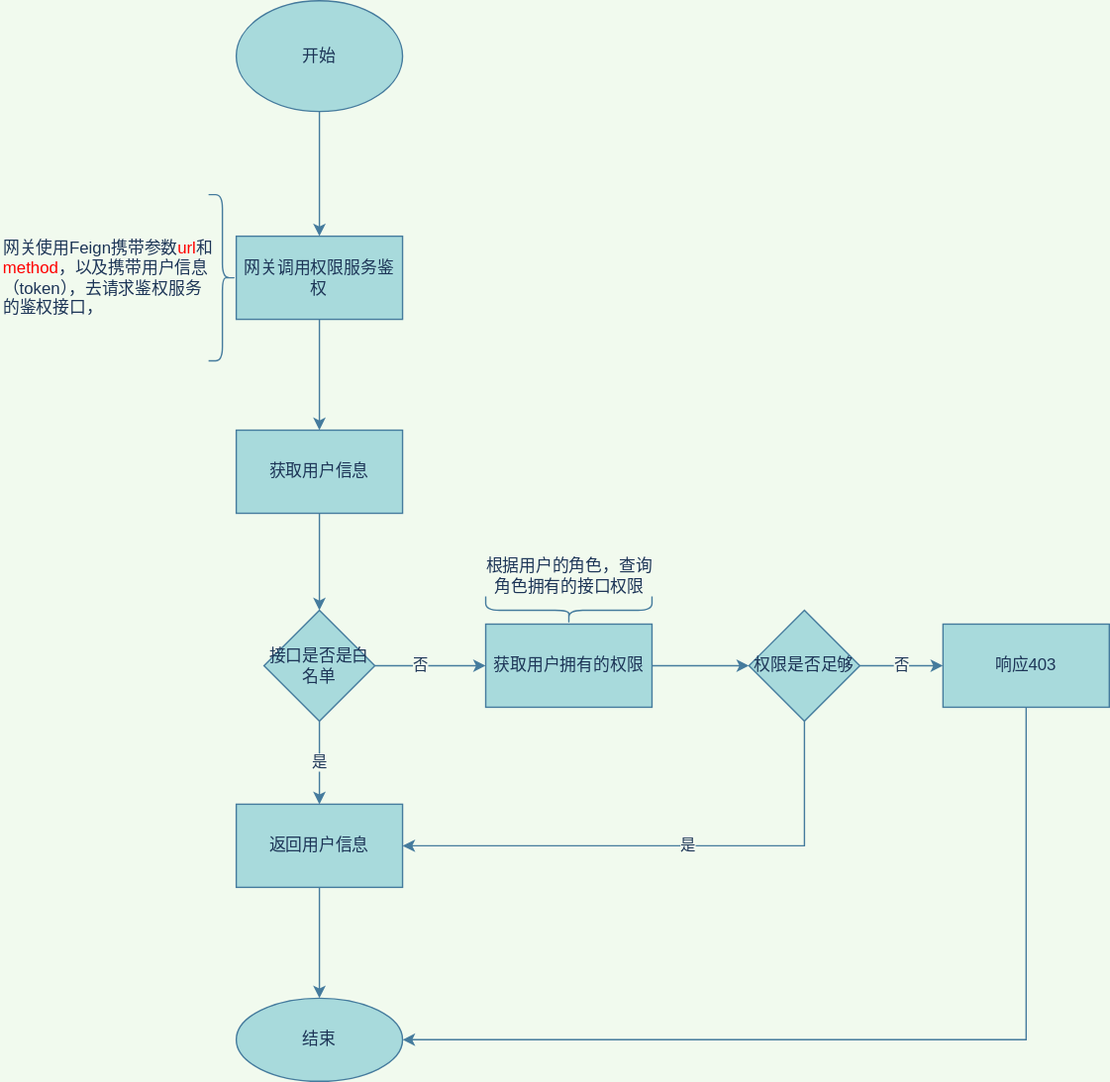
GitHubFeiLong/goudong-java keeps this draw.io diagram as goudong-oauth2-server/README.assets/鉴权流程图.svg. Above is the earlier version. Source tidied: cells renumbered, new cells last; positions are measured from the earlier drawing's top-left corner, leaving out a move shared by most shapes. Source of this version:
```xml
<mxGraphModel background="#F1FAEE">
  <root>
    <mxCell id="0" />
    <mxCell id="1" parent="0" />
    <mxCell id="2" style="edgeStyle=orthogonalEdgeStyle;rounded=0;jettySize=auto;html=1;strokeColor=#457B9D;fontColor=#1D3557;labelBackgroundColor=#F1FAEE;" parent="1" edge="1" source="3" target="5">
      <mxGeometry relative="1" as="geometry" />
    </mxCell>
    <mxCell id="3" value="开始" style="ellipse;whiteSpace=wrap;html=1;fillColor=#A8DADC;strokeColor=#457B9D;fontColor=#1D3557;" parent="1" vertex="1">
      <mxGeometry x="170" width="120" height="80" as="geometry" />
    </mxCell>
    <mxCell id="4" style="edgeStyle=orthogonalEdgeStyle;rounded=0;jettySize=auto;html=1;fontColor=#1D3557;strokeColor=#457B9D;labelBackgroundColor=#F1FAEE;" parent="1" edge="1" source="5" target="9">
      <mxGeometry relative="1" as="geometry" />
    </mxCell>
    <mxCell id="5" value="网关调用权限服务鉴权" style="whiteSpace=wrap;html=1;fillColor=#A8DADC;strokeColor=#457B9D;fontColor=#1D3557;" parent="1" vertex="1">
      <mxGeometry x="170" y="170" width="120" height="60" as="geometry" />
    </mxCell>
    <mxCell id="6" style="shape=curlyBracket;whiteSpace=wrap;html=1;rounded=1;flipH=1;fillColor=#A8DADC;strokeColor=#457B9D;fontColor=#1D3557;" parent="1" vertex="1">
      <mxGeometry x="150" y="140" width="20" height="120" as="geometry" />
    </mxCell>
    <mxCell id="7" value="网关使用Feign携带参数&lt;font color=&quot;#ff0000&quot;&gt;url&lt;/font&gt;和&lt;br&gt;&lt;font color=&quot;#ff0000&quot;&gt;method&lt;/font&gt;，以及携带用户信息&lt;br&gt;（token），去请求鉴权服务&lt;br&gt;的鉴权接口，" style="text;html=1;align=left;verticalAlign=middle;strokeColor=none;fillColor=none;fontColor=#1D3557;" parent="1" vertex="1">
      <mxGeometry y="170" width="170" height="60" as="geometry" />
    </mxCell>
    <mxCell id="8" style="edgeStyle=orthogonalEdgeStyle;rounded=0;jettySize=auto;html=1;fontColor=#1D3557;strokeColor=#457B9D;labelBackgroundColor=#F1FAEE;" parent="1" edge="1" source="9" target="13">
      <mxGeometry relative="1" as="geometry" />
    </mxCell>
    <mxCell id="9" value="获取用户信息" style="whiteSpace=wrap;html=1;fillColor=#A8DADC;strokeColor=#457B9D;fontColor=#1D3557;" parent="1" vertex="1">
      <mxGeometry x="170" y="310" width="120" height="60" as="geometry" />
    </mxCell>
    <mxCell id="10" value="是" style="edgeStyle=orthogonalEdgeStyle;rounded=0;jettySize=auto;html=1;fontColor=#1D3557;strokeColor=#457B9D;labelBackgroundColor=#F1FAEE;" parent="1" edge="1" source="13" target="15">
      <mxGeometry relative="1" as="geometry" />
    </mxCell>
    <mxCell id="11" style="edgeStyle=orthogonalEdgeStyle;rounded=0;jettySize=auto;html=1;fontColor=#1D3557;entryX=0;entryY=0.5;entryDx=0;entryDy=0;strokeColor=#457B9D;labelBackgroundColor=#F1FAEE;" parent="1" edge="1" source="13" target="18">
      <mxGeometry relative="1" as="geometry" />
    </mxCell>
    <mxCell id="12" value="否" style="edgeLabel;html=1;align=center;verticalAlign=middle;fontColor=#1D3557;labelBackgroundColor=#F1FAEE;" parent="11" vertex="1">
      <mxGeometry x="-0.2" y="1" relative="1" as="geometry" />
    </mxCell>
    <mxCell id="13" value="接口是否是白名单" style="rhombus;whiteSpace=wrap;html=1;fillColor=#A8DADC;strokeColor=#457B9D;fontColor=#1D3557;" parent="1" vertex="1">
      <mxGeometry x="190" y="440" width="80" height="80" as="geometry" />
    </mxCell>
    <mxCell id="14" style="edgeStyle=orthogonalEdgeStyle;rounded=0;jettySize=auto;html=1;fontColor=#1D3557;strokeColor=#457B9D;labelBackgroundColor=#F1FAEE;" parent="1" edge="1" source="15" target="16">
      <mxGeometry relative="1" as="geometry" />
    </mxCell>
    <mxCell id="15" value="返回用户信息" style="rounded=0;whiteSpace=wrap;html=1;fontColor=#1D3557;fillColor=#A8DADC;strokeColor=#457B9D;" parent="1" vertex="1">
      <mxGeometry x="170" y="580" width="120" height="60" as="geometry" />
    </mxCell>
    <mxCell id="16" value="结束" style="ellipse;whiteSpace=wrap;html=1;fontColor=#1D3557;rounded=0;fillColor=#A8DADC;strokeColor=#457B9D;" parent="1" vertex="1">
      <mxGeometry x="170" y="720" width="120" height="60" as="geometry" />
    </mxCell>
    <mxCell id="17" style="edgeStyle=orthogonalEdgeStyle;rounded=0;jettySize=auto;html=1;fontColor=#1D3557;strokeColor=#457B9D;labelBackgroundColor=#F1FAEE;" parent="1" edge="1" source="18" target="24">
      <mxGeometry relative="1" as="geometry" />
    </mxCell>
    <mxCell id="18" value="获取用户拥有的权限" style="rounded=0;whiteSpace=wrap;html=1;fontColor=#1D3557;fillColor=#A8DADC;strokeColor=#457B9D;" parent="1" vertex="1">
      <mxGeometry x="350" y="450" width="120" height="60" as="geometry" />
    </mxCell>
    <mxCell id="19" style="shape=curlyBracket;whiteSpace=wrap;html=1;rounded=1;flipH=1;fontColor=#1D3557;rotation=90;fillColor=#A8DADC;strokeColor=#457B9D;" parent="1" vertex="1">
      <mxGeometry x="400" y="380" width="20" height="120" as="geometry" />
    </mxCell>
    <mxCell id="20" value="根据用户的角色，查询&lt;br&gt;角色拥有的接口权限" style="text;html=1;align=center;verticalAlign=middle;strokeColor=none;fillColor=none;fontColor=#1D3557;" parent="1" vertex="1">
      <mxGeometry x="340" y="400" width="140" height="30" as="geometry" />
    </mxCell>
    <mxCell id="21" style="edgeStyle=orthogonalEdgeStyle;rounded=0;jettySize=auto;html=1;entryX=1;entryY=0.5;entryDx=0;entryDy=0;fontColor=#1D3557;strokeColor=#457B9D;labelBackgroundColor=#F1FAEE;" parent="1" edge="1" source="24" target="15">
      <mxGeometry relative="1" as="geometry">
        <Array as="points">
          <mxPoint x="580" y="610" />
        </Array>
      </mxGeometry>
    </mxCell>
    <mxCell id="22" value="是" style="edgeLabel;html=1;align=center;verticalAlign=middle;fontColor=#1D3557;labelBackgroundColor=#F1FAEE;" parent="21" vertex="1">
      <mxGeometry x="-0.08" y="-1" relative="1" as="geometry" />
    </mxCell>
    <mxCell id="23" value="否" style="edgeStyle=orthogonalEdgeStyle;rounded=0;jettySize=auto;html=1;fontColor=#1D3557;strokeColor=#457B9D;labelBackgroundColor=#F1FAEE;" parent="1" edge="1" source="24" target="26">
      <mxGeometry relative="1" as="geometry" />
    </mxCell>
    <mxCell id="24" value="权限是否足够" style="rhombus;whiteSpace=wrap;html=1;fontColor=#1D3557;fillColor=#A8DADC;strokeColor=#457B9D;" parent="1" vertex="1">
      <mxGeometry x="540" y="440" width="80" height="80" as="geometry" />
    </mxCell>
    <mxCell id="25" style="edgeStyle=orthogonalEdgeStyle;rounded=0;jettySize=auto;html=1;fontColor=#1D3557;entryX=1;entryY=0.5;entryDx=0;entryDy=0;strokeColor=#457B9D;labelBackgroundColor=#F1FAEE;" parent="1" edge="1" source="26" target="16">
      <mxGeometry relative="1" as="geometry">
        <Array as="points">
          <mxPoint x="740" y="750" />
        </Array>
      </mxGeometry>
    </mxCell>
    <mxCell id="26" value="响应403" style="whiteSpace=wrap;html=1;fontColor=#1D3557;fillColor=#A8DADC;strokeColor=#457B9D;" parent="1" vertex="1">
      <mxGeometry x="680" y="450" width="120" height="60" as="geometry" />
    </mxCell>
  </root>
</mxGraphModel>
```
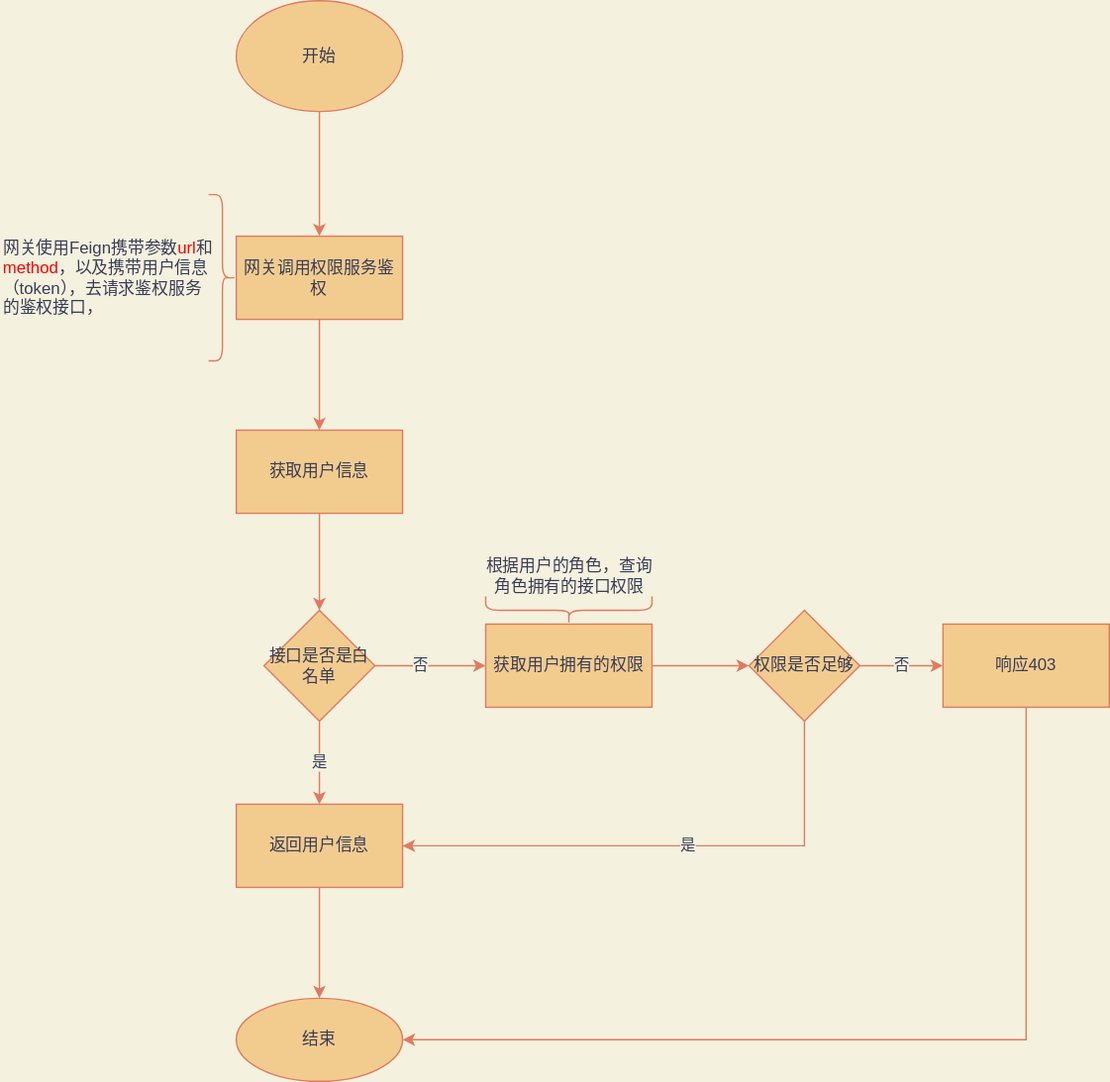
The same diagram one commit later.

Change to the diagram source:
```diff
@@ -1,88 +1,88 @@
-<mxGraphModel background="#F1FAEE">
+<mxGraphModel background="#F4F1DE">
   <root>
     <mxCell id="0" />
     <mxCell id="1" parent="0" />
-    <mxCell id="2" style="edgeStyle=orthogonalEdgeStyle;rounded=0;jettySize=auto;html=1;strokeColor=#457B9D;fontColor=#1D3557;labelBackgroundColor=#F1FAEE;" parent="1" edge="1" source="3" target="5">
+    <mxCell id="2" style="edgeStyle=orthogonalEdgeStyle;rounded=0;jettySize=auto;html=1;strokeColor=#E07A5F;fontColor=#393C56;labelBackgroundColor=#F4F1DE;" parent="1" edge="1" source="3" target="5">
       <mxGeometry relative="1" as="geometry" />
     </mxCell>
-    <mxCell id="3" value="开始" style="ellipse;whiteSpace=wrap;html=1;fillColor=#A8DADC;strokeColor=#457B9D;fontColor=#1D3557;" parent="1" vertex="1">
+    <mxCell id="3" value="开始" style="ellipse;whiteSpace=wrap;html=1;fillColor=#F2CC8F;strokeColor=#E07A5F;fontColor=#393C56;" parent="1" vertex="1">
       <mxGeometry x="170" width="120" height="80" as="geometry" />
     </mxCell>
-    <mxCell id="4" style="edgeStyle=orthogonalEdgeStyle;rounded=0;jettySize=auto;html=1;fontColor=#1D3557;strokeColor=#457B9D;labelBackgroundColor=#F1FAEE;" parent="1" edge="1" source="5" target="9">
+    <mxCell id="4" style="edgeStyle=orthogonalEdgeStyle;rounded=0;jettySize=auto;html=1;fontColor=#393C56;strokeColor=#E07A5F;labelBackgroundColor=#F4F1DE;" parent="1" edge="1" source="5" target="9">
       <mxGeometry relative="1" as="geometry" />
     </mxCell>
-    <mxCell id="5" value="网关调用权限服务鉴权" style="whiteSpace=wrap;html=1;fillColor=#A8DADC;strokeColor=#457B9D;fontColor=#1D3557;" parent="1" vertex="1">
+    <mxCell id="5" value="网关调用权限服务鉴权" style="whiteSpace=wrap;html=1;fillColor=#F2CC8F;strokeColor=#E07A5F;fontColor=#393C56;" parent="1" vertex="1">
       <mxGeometry x="170" y="170" width="120" height="60" as="geometry" />
     </mxCell>
-    <mxCell id="6" style="shape=curlyBracket;whiteSpace=wrap;html=1;rounded=1;flipH=1;fillColor=#A8DADC;strokeColor=#457B9D;fontColor=#1D3557;" parent="1" vertex="1">
+    <mxCell id="6" style="shape=curlyBracket;whiteSpace=wrap;html=1;rounded=1;flipH=1;fillColor=#F2CC8F;strokeColor=#E07A5F;fontColor=#393C56;" parent="1" vertex="1">
       <mxGeometry x="150" y="140" width="20" height="120" as="geometry" />
     </mxCell>
-    <mxCell id="7" value="网关使用Feign携带参数&lt;font color=&quot;#ff0000&quot;&gt;url&lt;/font&gt;和&lt;br&gt;&lt;font color=&quot;#ff0000&quot;&gt;method&lt;/font&gt;，以及携带用户信息&lt;br&gt;（token），去请求鉴权服务&lt;br&gt;的鉴权接口，" style="text;html=1;align=left;verticalAlign=middle;strokeColor=none;fillColor=none;fontColor=#1D3557;" parent="1" vertex="1">
+    <mxCell id="7" value="网关使用Feign携带参数&lt;font color=&quot;#ff0000&quot;&gt;url&lt;/font&gt;和&lt;br&gt;&lt;font color=&quot;#ff0000&quot;&gt;method&lt;/font&gt;，以及携带用户信息&lt;br&gt;（token），去请求鉴权服务&lt;br&gt;的鉴权接口，" style="text;html=1;align=left;verticalAlign=middle;strokeColor=none;fillColor=none;fontColor=#393C56;" parent="1" vertex="1">
       <mxGeometry y="170" width="170" height="60" as="geometry" />
     </mxCell>
-    <mxCell id="8" style="edgeStyle=orthogonalEdgeStyle;rounded=0;jettySize=auto;html=1;fontColor=#1D3557;strokeColor=#457B9D;labelBackgroundColor=#F1FAEE;" parent="1" edge="1" source="9" target="13">
+    <mxCell id="8" style="edgeStyle=orthogonalEdgeStyle;rounded=0;jettySize=auto;html=1;fontColor=#393C56;strokeColor=#E07A5F;labelBackgroundColor=#F4F1DE;" parent="1" edge="1" source="9" target="13">
       <mxGeometry relative="1" as="geometry" />
     </mxCell>
-    <mxCell id="9" value="获取用户信息" style="whiteSpace=wrap;html=1;fillColor=#A8DADC;strokeColor=#457B9D;fontColor=#1D3557;" parent="1" vertex="1">
+    <mxCell id="9" value="获取用户信息" style="whiteSpace=wrap;html=1;fillColor=#F2CC8F;strokeColor=#E07A5F;fontColor=#393C56;" parent="1" vertex="1">
       <mxGeometry x="170" y="310" width="120" height="60" as="geometry" />
     </mxCell>
-    <mxCell id="10" value="是" style="edgeStyle=orthogonalEdgeStyle;rounded=0;jettySize=auto;html=1;fontColor=#1D3557;strokeColor=#457B9D;labelBackgroundColor=#F1FAEE;" parent="1" edge="1" source="13" target="15">
+    <mxCell id="10" value="是" style="edgeStyle=orthogonalEdgeStyle;rounded=0;jettySize=auto;html=1;fontColor=#393C56;strokeColor=#E07A5F;labelBackgroundColor=#F4F1DE;" parent="1" edge="1" source="13" target="15">
       <mxGeometry relative="1" as="geometry" />
     </mxCell>
-    <mxCell id="11" style="edgeStyle=orthogonalEdgeStyle;rounded=0;jettySize=auto;html=1;fontColor=#1D3557;entryX=0;entryY=0.5;entryDx=0;entryDy=0;strokeColor=#457B9D;labelBackgroundColor=#F1FAEE;" parent="1" edge="1" source="13" target="18">
+    <mxCell id="11" style="edgeStyle=orthogonalEdgeStyle;rounded=0;jettySize=auto;html=1;fontColor=#393C56;entryX=0;entryY=0.5;entryDx=0;entryDy=0;strokeColor=#E07A5F;labelBackgroundColor=#F4F1DE;" parent="1" edge="1" source="13" target="18">
       <mxGeometry relative="1" as="geometry" />
     </mxCell>
-    <mxCell id="12" value="否" style="edgeLabel;html=1;align=center;verticalAlign=middle;fontColor=#1D3557;labelBackgroundColor=#F1FAEE;" parent="11" vertex="1">
+    <mxCell id="12" value="否" style="edgeLabel;html=1;align=center;verticalAlign=middle;fontColor=#393C56;labelBackgroundColor=#F4F1DE;" parent="11" vertex="1">
       <mxGeometry x="-0.2" y="1" relative="1" as="geometry" />
     </mxCell>
-    <mxCell id="13" value="接口是否是白名单" style="rhombus;whiteSpace=wrap;html=1;fillColor=#A8DADC;strokeColor=#457B9D;fontColor=#1D3557;" parent="1" vertex="1">
+    <mxCell id="13" value="接口是否是白名单" style="rhombus;whiteSpace=wrap;html=1;fillColor=#F2CC8F;strokeColor=#E07A5F;fontColor=#393C56;" parent="1" vertex="1">
       <mxGeometry x="190" y="440" width="80" height="80" as="geometry" />
     </mxCell>
-    <mxCell id="14" style="edgeStyle=orthogonalEdgeStyle;rounded=0;jettySize=auto;html=1;fontColor=#1D3557;strokeColor=#457B9D;labelBackgroundColor=#F1FAEE;" parent="1" edge="1" source="15" target="16">
+    <mxCell id="14" style="edgeStyle=orthogonalEdgeStyle;rounded=0;jettySize=auto;html=1;fontColor=#393C56;strokeColor=#E07A5F;labelBackgroundColor=#F4F1DE;" parent="1" edge="1" source="15" target="16">
       <mxGeometry relative="1" as="geometry" />
     </mxCell>
-    <mxCell id="15" value="返回用户信息" style="rounded=0;whiteSpace=wrap;html=1;fontColor=#1D3557;fillColor=#A8DADC;strokeColor=#457B9D;" parent="1" vertex="1">
+    <mxCell id="15" value="返回用户信息" style="rounded=0;whiteSpace=wrap;html=1;fontColor=#393C56;fillColor=#F2CC8F;strokeColor=#E07A5F;" parent="1" vertex="1">
       <mxGeometry x="170" y="580" width="120" height="60" as="geometry" />
     </mxCell>
-    <mxCell id="16" value="结束" style="ellipse;whiteSpace=wrap;html=1;fontColor=#1D3557;rounded=0;fillColor=#A8DADC;strokeColor=#457B9D;" parent="1" vertex="1">
+    <mxCell id="16" value="结束" style="ellipse;whiteSpace=wrap;html=1;fontColor=#393C56;rounded=0;fillColor=#F2CC8F;strokeColor=#E07A5F;" parent="1" vertex="1">
       <mxGeometry x="170" y="720" width="120" height="60" as="geometry" />
     </mxCell>
-    <mxCell id="17" style="edgeStyle=orthogonalEdgeStyle;rounded=0;jettySize=auto;html=1;fontColor=#1D3557;strokeColor=#457B9D;labelBackgroundColor=#F1FAEE;" parent="1" edge="1" source="18" target="24">
+    <mxCell id="17" style="edgeStyle=orthogonalEdgeStyle;rounded=0;jettySize=auto;html=1;fontColor=#393C56;strokeColor=#E07A5F;labelBackgroundColor=#F4F1DE;" parent="1" edge="1" source="18" target="24">
       <mxGeometry relative="1" as="geometry" />
     </mxCell>
-    <mxCell id="18" value="获取用户拥有的权限" style="rounded=0;whiteSpace=wrap;html=1;fontColor=#1D3557;fillColor=#A8DADC;strokeColor=#457B9D;" parent="1" vertex="1">
+    <mxCell id="18" value="获取用户拥有的权限" style="rounded=0;whiteSpace=wrap;html=1;fontColor=#393C56;fillColor=#F2CC8F;strokeColor=#E07A5F;" parent="1" vertex="1">
       <mxGeometry x="350" y="450" width="120" height="60" as="geometry" />
     </mxCell>
-    <mxCell id="19" style="shape=curlyBracket;whiteSpace=wrap;html=1;rounded=1;flipH=1;fontColor=#1D3557;rotation=90;fillColor=#A8DADC;strokeColor=#457B9D;" parent="1" vertex="1">
+    <mxCell id="19" style="shape=curlyBracket;whiteSpace=wrap;html=1;rounded=1;flipH=1;fontColor=#393C56;rotation=90;fillColor=#F2CC8F;strokeColor=#E07A5F;" parent="1" vertex="1">
       <mxGeometry x="400" y="380" width="20" height="120" as="geometry" />
     </mxCell>
-    <mxCell id="20" value="根据用户的角色，查询&lt;br&gt;角色拥有的接口权限" style="text;html=1;align=center;verticalAlign=middle;strokeColor=none;fillColor=none;fontColor=#1D3557;" parent="1" vertex="1">
+    <mxCell id="20" value="根据用户的角色，查询&lt;br&gt;角色拥有的接口权限" style="text;html=1;align=center;verticalAlign=middle;strokeColor=none;fillColor=none;fontColor=#393C56;" parent="1" vertex="1">
       <mxGeometry x="340" y="400" width="140" height="30" as="geometry" />
     </mxCell>
-    <mxCell id="21" style="edgeStyle=orthogonalEdgeStyle;rounded=0;jettySize=auto;html=1;entryX=1;entryY=0.5;entryDx=0;entryDy=0;fontColor=#1D3557;strokeColor=#457B9D;labelBackgroundColor=#F1FAEE;" parent="1" edge="1" source="24" target="15">
+    <mxCell id="21" style="edgeStyle=orthogonalEdgeStyle;rounded=0;jettySize=auto;html=1;entryX=1;entryY=0.5;entryDx=0;entryDy=0;fontColor=#393C56;strokeColor=#E07A5F;labelBackgroundColor=#F4F1DE;" parent="1" edge="1" source="24" target="15">
       <mxGeometry relative="1" as="geometry">
         <Array as="points">
           <mxPoint x="580" y="610" />
         </Array>
       </mxGeometry>
     </mxCell>
-    <mxCell id="22" value="是" style="edgeLabel;html=1;align=center;verticalAlign=middle;fontColor=#1D3557;labelBackgroundColor=#F1FAEE;" parent="21" vertex="1">
+    <mxCell id="22" value="是" style="edgeLabel;html=1;align=center;verticalAlign=middle;fontColor=#393C56;labelBackgroundColor=#F4F1DE;" parent="21" vertex="1">
       <mxGeometry x="-0.08" y="-1" relative="1" as="geometry" />
     </mxCell>
-    <mxCell id="23" value="否" style="edgeStyle=orthogonalEdgeStyle;rounded=0;jettySize=auto;html=1;fontColor=#1D3557;strokeColor=#457B9D;labelBackgroundColor=#F1FAEE;" parent="1" edge="1" source="24" target="26">
+    <mxCell id="23" value="否" style="edgeStyle=orthogonalEdgeStyle;rounded=0;jettySize=auto;html=1;fontColor=#393C56;strokeColor=#E07A5F;labelBackgroundColor=#F4F1DE;" parent="1" edge="1" source="24" target="26">
       <mxGeometry relative="1" as="geometry" />
     </mxCell>
-    <mxCell id="24" value="权限是否足够" style="rhombus;whiteSpace=wrap;html=1;fontColor=#1D3557;fillColor=#A8DADC;strokeColor=#457B9D;" parent="1" vertex="1">
+    <mxCell id="24" value="权限是否足够" style="rhombus;whiteSpace=wrap;html=1;fontColor=#393C56;fillColor=#F2CC8F;strokeColor=#E07A5F;" parent="1" vertex="1">
       <mxGeometry x="540" y="440" width="80" height="80" as="geometry" />
     </mxCell>
-    <mxCell id="25" style="edgeStyle=orthogonalEdgeStyle;rounded=0;jettySize=auto;html=1;fontColor=#1D3557;entryX=1;entryY=0.5;entryDx=0;entryDy=0;strokeColor=#457B9D;labelBackgroundColor=#F1FAEE;" parent="1" edge="1" source="26" target="16">
+    <mxCell id="25" style="edgeStyle=orthogonalEdgeStyle;rounded=0;jettySize=auto;html=1;fontColor=#393C56;entryX=1;entryY=0.5;entryDx=0;entryDy=0;strokeColor=#E07A5F;labelBackgroundColor=#F4F1DE;" parent="1" edge="1" source="26" target="16">
       <mxGeometry relative="1" as="geometry">
         <Array as="points">
           <mxPoint x="740" y="750" />
         </Array>
       </mxGeometry>
     </mxCell>
-    <mxCell id="26" value="响应403" style="whiteSpace=wrap;html=1;fontColor=#1D3557;fillColor=#A8DADC;strokeColor=#457B9D;" parent="1" vertex="1">
+    <mxCell id="26" value="响应403" style="whiteSpace=wrap;html=1;fontColor=#393C56;fillColor=#F2CC8F;strokeColor=#E07A5F;" parent="1" vertex="1">
       <mxGeometry x="680" y="450" width="120" height="60" as="geometry" />
     </mxCell>
   </root>
```
